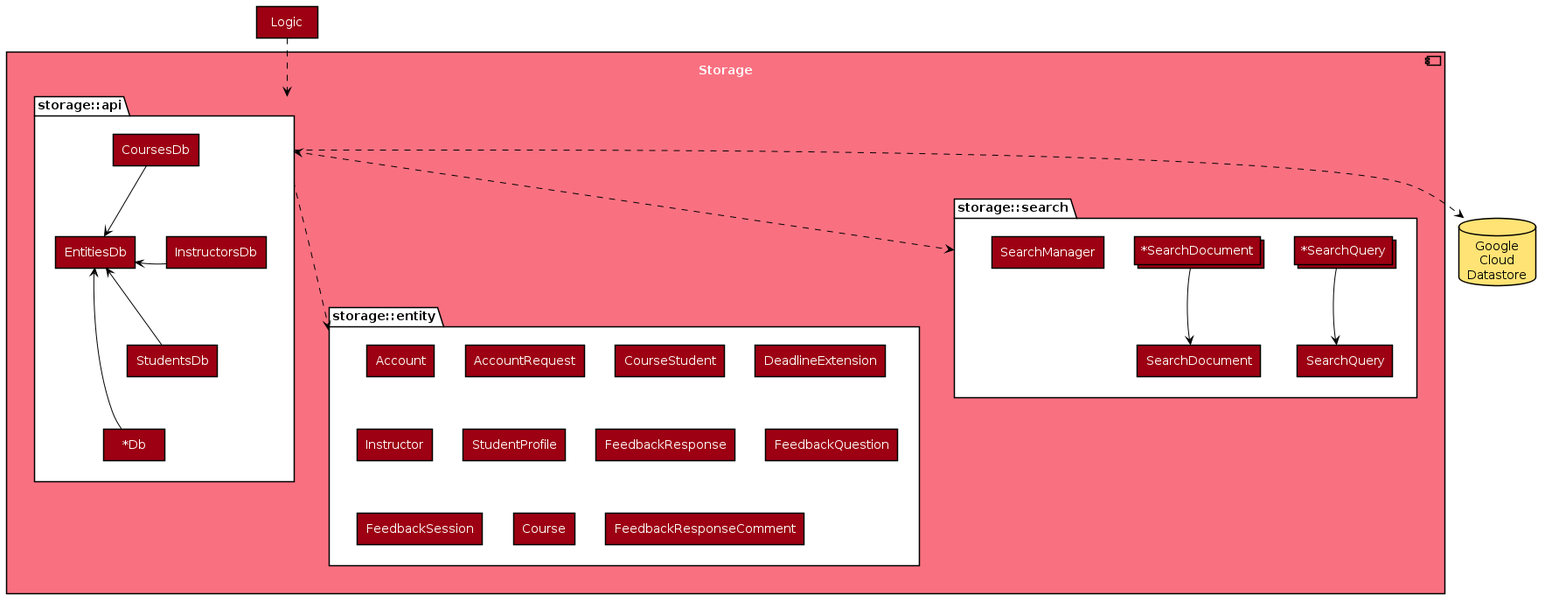
Before: diagrams/StorageComponent.png, a diagram exported from PlantUML (wkurniawan07/repo). Its source is kept beside it as diagrams/StorageComponent.puml. Source of this version:
```plantuml
@startuml
!include diagrams/style.puml
skinparam componentBackgroundColor MODEL_COLOR_T1
skinparam componentFontColor #FFFFFF
skinparam packageBackgroundColor #FFFFFF
skinparam rectangleBackgroundColor MODEL_COLOR
skinparam collectionsBackgroundColor MODEL_COLOR
skinparam collectionsBorderColor #000000
skinparam rectangleFontColor #FFFFFF
skinparam arrowColor #000000


component Storage {
    package "storage::entity" as Entity {
        rectangle Account
        rectangle AccountRequest
        rectangle CourseStudent
        rectangle DeadlineExtension
        rectangle Instructor
        rectangle StudentProfile
        rectangle FeedbackResponse
        rectangle FeedbackQuestion
        rectangle FeedbackSession
        rectangle Course
        rectangle FeedbackResponseComment
    }

    package "storage::api" as Api {
        rectangle EntitiesDb
        rectangle CoursesDb
        rectangle InstructorsDb
        rectangle StudentsDb
        rectangle " *Db" as Db
    }

    package "storage::search" as Search {
        rectangle "SearchQuery" as SQ1
        rectangle "SearchDocument" as SD1
        collections " *SearchQuery" as SQ2
        collections " *SearchDocument" as SD2
        rectangle SearchManager
    }
}

rectangle Logic
database "Google\nCloud\nDatastore" as GCD STORAGE_COLOR_T1

CoursesDb -> EntitiesDb
InstructorsDb -> EntitiesDb
StudentsDb -> EntitiesDb
Db -> EntitiesDb

SQ2 -> SQ1
SD2 -> SD1

Logic ..> Api
Api ..> GCD

Api ..> Entity
Api <..> Search

EntitiesDb -[hidden]right- InstructorsDb
CoursesDb -[hidden]down- InstructorsDb
InstructorsDb -[hidden]down- StudentsDb
StudentsDb -[hidden]down- Db
SD1 -[hidden]down- SD2
SQ1 -[hidden]down- SQ2
Search -[hidden]down- Entity

@enduml
```
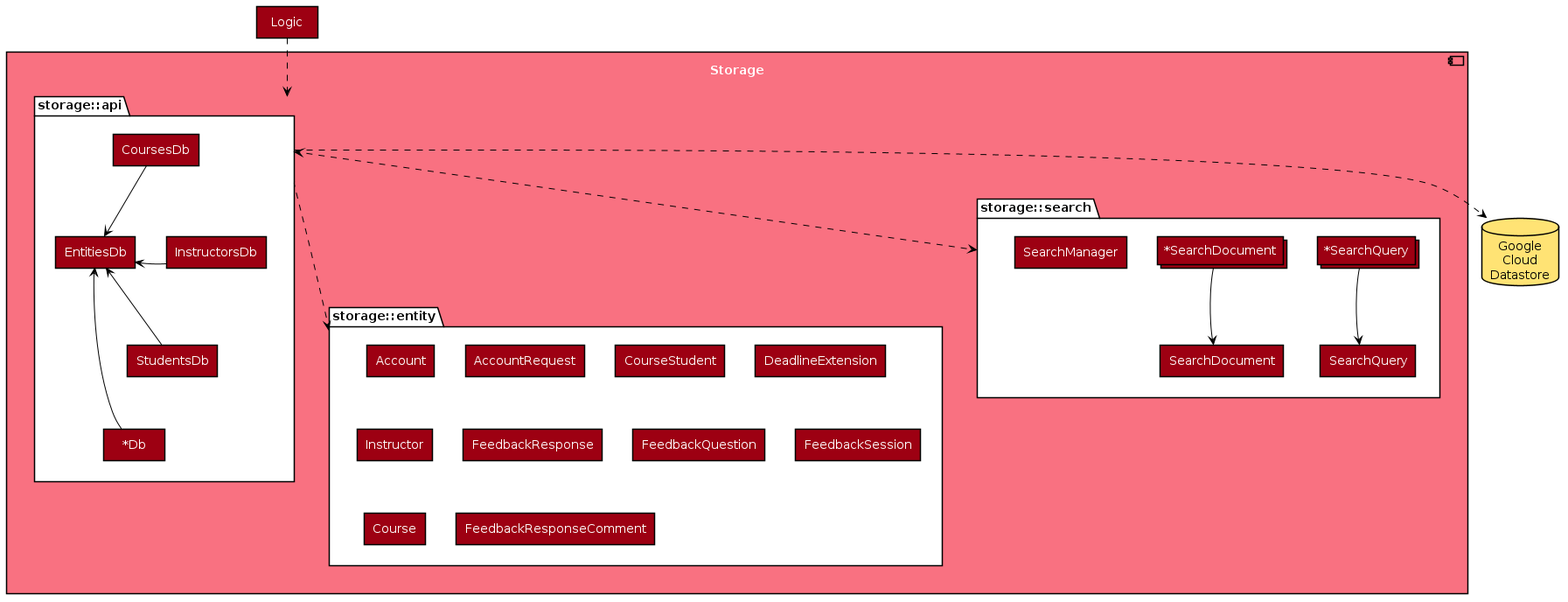
The same file after the commit.

Diff of the diagram source:
```diff
@@ -17,7 +17,6 @@
         rectangle CourseStudent
         rectangle DeadlineExtension
         rectangle Instructor
-        rectangle StudentProfile
         rectangle FeedbackResponse
         rectangle FeedbackQuestion
         rectangle FeedbackSession
```
